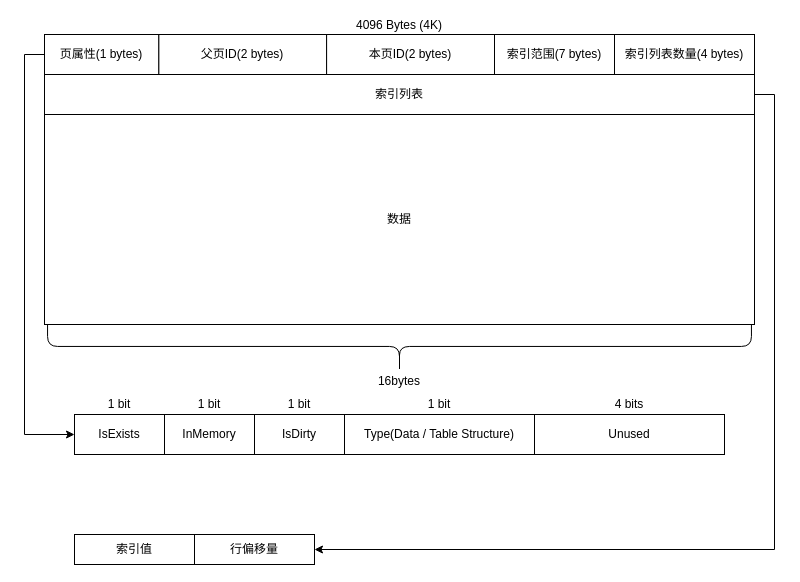
Before: docs/draw.io/文件页编码.drawio in caoaolong/csdb-teach, a draw.io diagram. Source tidied: cells renumbered, new cells numbered last; positions are measured from the earlier drawing's top-left corner, leaving out a move shared by most shapes. Both pictures are drawn from the tidied source at 100%, with x=0, y=0 at pixel (24, -6).
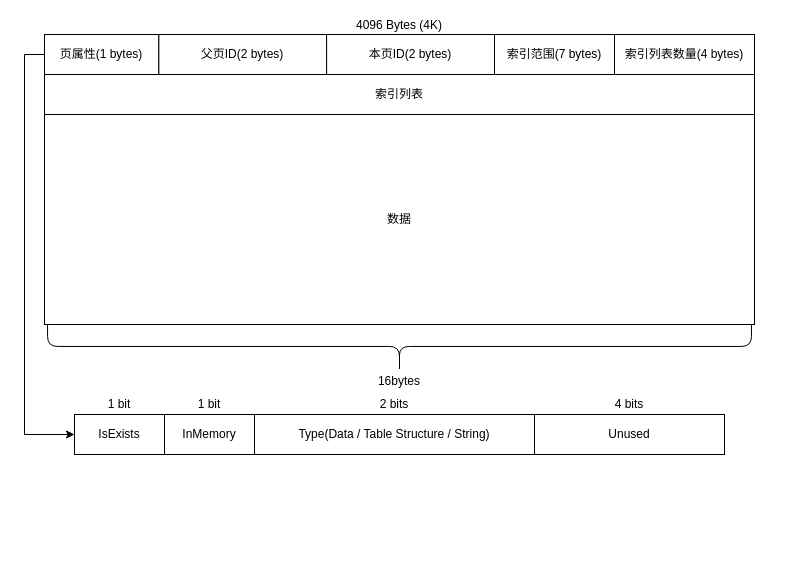
The same diagram, later.

Commit message (it also covers changes not shown here):
文件页编码

The change refers to these unchanged cells:
```xml
<mxCell id="5" value="索引列表" style="rounded=0;whiteSpace=wrap;html=1;labelPosition=center;verticalLabelPosition=middle;align=center;verticalAlign=middle;" parent="1" vertex="1">
  <mxGeometry x="20" y="80" width="710" height="40" as="geometry" />
</mxCell>
<mxCell id="13" style="group;" parent="1" vertex="1">
  <mxGeometry x="50" y="400" width="650" height="60" as="geometry" />
</mxCell>
```

The edit, as a diff of the source:
```diff
@@
-    <mxCell id="4" style="edgeStyle=orthogonalEdgeStyle;rounded=0;jettySize=auto;html=1;entryX=1;entryY=0.5;entryDx=0;entryDy=0;exitX=1;exitY=0.5;exitDx=0;exitDy=0;" parent="1" edge="1" source="5" target="25">
-      <mxGeometry relative="1" as="geometry" />
-    </mxCell>
@@
-    <mxCell id="16" value="IsDirty" style="rounded=0;whiteSpace=wrap;html=1;" parent="13" vertex="1">
-      <mxGeometry x="180" y="20" width="90" height="40" as="geometry" />
-    </mxCell>
-    <mxCell id="17" value="Type(Data / Table Structure)" style="rounded=0;whiteSpace=wrap;html=1;" parent="13" vertex="1">
-      <mxGeometry x="270" y="20" width="190" height="40" as="geometry" />
+    <mxCell id="17" value="Type(Data / Table Structure / String)" style="rounded=0;whiteSpace=wrap;html=1;" parent="13" vertex="1">
+      <mxGeometry x="180" y="20" width="280" height="40" as="geometry" />
     </mxCell>
@@
-    <mxCell id="20" value="1 bit" style="text;html=1;align=center;verticalAlign=middle;whiteSpace=wrap;rounded=0;" parent="13" vertex="1">
-      <mxGeometry x="180" width="90" height="20" as="geometry" />
-    </mxCell>
-    <mxCell id="21" value="1 bit" style="text;html=1;align=center;verticalAlign=middle;whiteSpace=wrap;rounded=0;" parent="13" vertex="1">
-      <mxGeometry x="270" width="190" height="20" as="geometry" />
+    <mxCell id="21" value="2 bits" style="text;html=1;align=center;verticalAlign=middle;whiteSpace=wrap;rounded=0;" parent="13" vertex="1">
+      <mxGeometry x="180" width="280" height="20" as="geometry" />
     </mxCell>
@@
-    <mxCell id="24" value="索引值" style="rounded=0;whiteSpace=wrap;html=1;" parent="1" vertex="1">
-      <mxGeometry x="50" y="540" width="120" height="30" as="geometry" />
-    </mxCell>
-    <mxCell id="25" value="行偏移量" style="rounded=0;whiteSpace=wrap;html=1;" parent="1" vertex="1">
-      <mxGeometry x="170" y="540" width="120" height="30" as="geometry" />
-    </mxCell>
```
